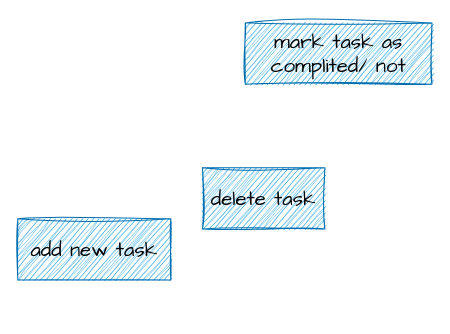
Above: .drawio in YarivGilad/todo-js-start (draw.io), before the change. Source tidied: cells renumbered, new cells numbered last; positions are measured from the earlier drawing's top-left corner, leaving out a move shared by most shapes. Both pictures are drawn from the tidied source at 102%, with x=0, y=0 at pixel (17, 22).
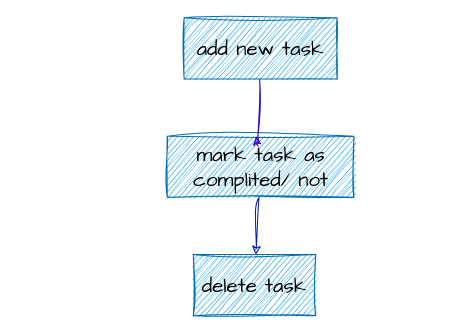
The same page after the edit.

Commit message:
todo list feature add new task and delete task

The edit, as a diff of the source:
```diff
@@
 <mxGraphModel background="#ffffff">
   <root>
     <mxCell id="0" />
     <mxCell id="1" parent="0" />
+    <mxCell id="5" style="edgeStyle=none;sketch=1;hachureGap=4;jiggle=2;curveFitting=1;html=1;fontFamily=Architects Daughter;fontSize=16;fillColor=#0050ef;strokeColor=#001DBC;" parent="1" edge="1" source="2" target="3">
+      <mxGeometry relative="1" as="geometry" />
+    </mxCell>
     <mxCell id="2" value="&lt;font color=&quot;#000000&quot;&gt;mark task as complited/ not&lt;/font&gt;" style="whiteSpace=wrap;html=1;sketch=1;hachureGap=4;jiggle=2;curveFitting=1;fontFamily=Architects Daughter;fontSize=20;fillColor=#1ba1e2;fontColor=#ffffff;strokeColor=#006EAF;" parent="1" vertex="1">
-      <mxGeometry x="223" width="183" height="60" as="geometry" />
+      <mxGeometry x="146.5" y="111" width="183" height="60" as="geometry" />
     </mxCell>
     <mxCell id="3" value="&lt;font color=&quot;#000000&quot;&gt;delete task&lt;/font&gt;" style="whiteSpace=wrap;html=1;sketch=1;hachureGap=4;jiggle=2;curveFitting=1;fontFamily=Architects Daughter;fontSize=20;fontColor=#ffffff;fillColor=#1ba1e2;strokeColor=#006EAF;" parent="1" vertex="1">
-      <mxGeometry x="181" y="142" width="120" height="60" as="geometry" />
+      <mxGeometry x="172" y="227" width="120" height="60" as="geometry" />
     </mxCell>
+    <mxCell id="6" style="edgeStyle=none;sketch=1;hachureGap=4;jiggle=2;curveFitting=1;html=1;fontFamily=Architects Daughter;fontSize=16;fillColor=#6a00ff;strokeColor=#3700CC;" parent="1" edge="1" source="4" target="2">
+      <mxGeometry relative="1" as="geometry">
+        <Array as="points">
+          <mxPoint x="235" y="122" />
+        </Array>
+      </mxGeometry>
+    </mxCell>
     <mxCell id="4" value="add new task" style="whiteSpace=wrap;html=1;sketch=1;hachureGap=4;jiggle=2;curveFitting=1;fontFamily=Architects Daughter;fontSize=20;fontColor=#000000;fillColor=#1ba1e2;strokeColor=#006EAF;" parent="1" vertex="1">
-      <mxGeometry y="192" width="150" height="60" as="geometry" />
+      <mxGeometry x="163" y="-5" width="150" height="60" as="geometry" />
     </mxCell>
   </root>
 </mxGraphModel>
```
